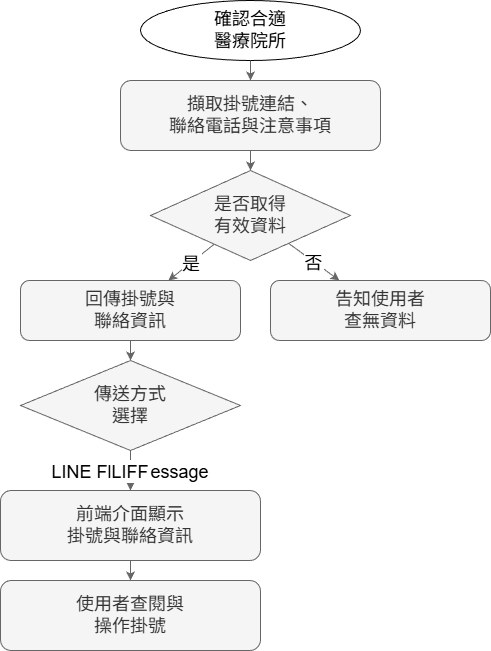
This is images/流程圖/Hospital_Register_Activity.drawio.png from Yanagi-0912/Health-Info-System-Documents, a draw.io export, as it was before one commit. Source tidied: cells renumbered, new cells last; positions are measured from the earlier drawing's top-left corner, leaving out a move shared by most shapes. The source it was exported from:
```xml
<mxGraphModel>
  <root>
    <mxCell id="0" />
    <mxCell id="1" parent="0" />
    <mxCell id="2" value="確認合適&#10;醫療院所" style="ellipse;whiteSpace=wrap;html=1;fontSize=18;" parent="1" vertex="1">
      <mxGeometry x="140" width="220" height="60" as="geometry" />
    </mxCell>
    <mxCell id="3" value="擷取掛號連結、&#10;聯絡電話與注意事項" style="rounded=1;whiteSpace=wrap;html=1;fillColor=#f5f5f5;fontSize=18;fontColor=#333333;strokeColor=#666666;" parent="1" vertex="1">
      <mxGeometry x="120" y="80" width="260" height="70" as="geometry" />
    </mxCell>
    <mxCell id="4" value="是否取得&#10;有效資料" style="rhombus;whiteSpace=wrap;html=1;fontSize=18;fillColor=#f5f5f5;fontColor=#333333;strokeColor=#666666;" parent="1" vertex="1">
      <mxGeometry x="150" y="170" width="200" height="90" as="geometry" />
    </mxCell>
    <mxCell id="5" value="回傳掛號與&#10;聯絡資訊" style="rounded=1;whiteSpace=wrap;html=1;fillColor=#f5f5f5;fontSize=18;fontColor=#333333;strokeColor=#666666;" parent="1" vertex="1">
      <mxGeometry x="20" y="280" width="220" height="60" as="geometry" />
    </mxCell>
    <mxCell id="6" value="告知使用者&#10;查無資料" style="rounded=1;whiteSpace=wrap;html=1;fillColor=#f5f5f5;fontSize=18;fontColor=#333333;strokeColor=#666666;" parent="1" vertex="1">
      <mxGeometry x="270" y="280" width="220" height="60" as="geometry" />
    </mxCell>
    <mxCell id="7" value="傳送方式&#10;選擇" style="rhombus;whiteSpace=wrap;html=1;fontSize=18;fillColor=#f5f5f5;fontColor=#333333;strokeColor=#666666;" parent="1" vertex="1">
      <mxGeometry x="20" y="360" width="220" height="90" as="geometry" />
    </mxCell>
    <mxCell id="8" value="前端介面顯示&#10;掛號與聯絡資訊" style="rounded=1;whiteSpace=wrap;html=1;fillColor=#f5f5f5;fontSize=18;fontColor=#333333;strokeColor=#666666;" parent="1" vertex="1">
      <mxGeometry y="490" width="260" height="70" as="geometry" />
    </mxCell>
    <mxCell id="9" value="使用者查閱與&#10;操作掛號" style="rounded=1;whiteSpace=wrap;html=1;fillColor=#f5f5f5;fontSize=18;fontColor=#333333;strokeColor=#666666;" parent="1" vertex="1">
      <mxGeometry y="580" width="260" height="70" as="geometry" />
    </mxCell>
    <mxCell id="10" style="fontSize=18;fillColor=#f5f5f5;strokeColor=#666666;" parent="1" edge="1" source="2" target="3">
      <mxGeometry relative="1" as="geometry" />
    </mxCell>
    <mxCell id="11" style="fontSize=18;fillColor=#f5f5f5;strokeColor=#666666;" parent="1" edge="1" source="3" target="4">
      <mxGeometry relative="1" as="geometry" />
    </mxCell>
    <mxCell id="12" value="是" style="fontSize=18;fillColor=#f5f5f5;strokeColor=#666666;" parent="1" edge="1" source="4" target="5">
      <mxGeometry relative="1" as="geometry" />
    </mxCell>
    <mxCell id="13" value="否" style="fontSize=18;fillColor=#f5f5f5;strokeColor=#666666;" parent="1" edge="1" source="4" target="6">
      <mxGeometry relative="1" as="geometry" />
    </mxCell>
    <mxCell id="14" style="fontSize=18;fillColor=#f5f5f5;strokeColor=#666666;" parent="1" edge="1" source="5" target="7">
      <mxGeometry relative="1" as="geometry" />
    </mxCell>
    <mxCell id="15" value="LINE Flex Message" style="fontSize=18;fillColor=#f5f5f5;strokeColor=#666666;" parent="1" edge="1" source="7" target="8">
      <mxGeometry relative="1" as="geometry" />
    </mxCell>
    <mxCell id="16" value="LIFF" style="fontSize=18;fillColor=#f5f5f5;strokeColor=#666666;" parent="1" edge="1" source="7" target="8">
      <mxGeometry relative="1" as="geometry" />
    </mxCell>
    <mxCell id="17" style="fontSize=18;fillColor=#f5f5f5;strokeColor=#666666;" parent="1" edge="1" source="8" target="9">
      <mxGeometry relative="1" as="geometry" />
    </mxCell>
  </root>
</mxGraphModel>
```
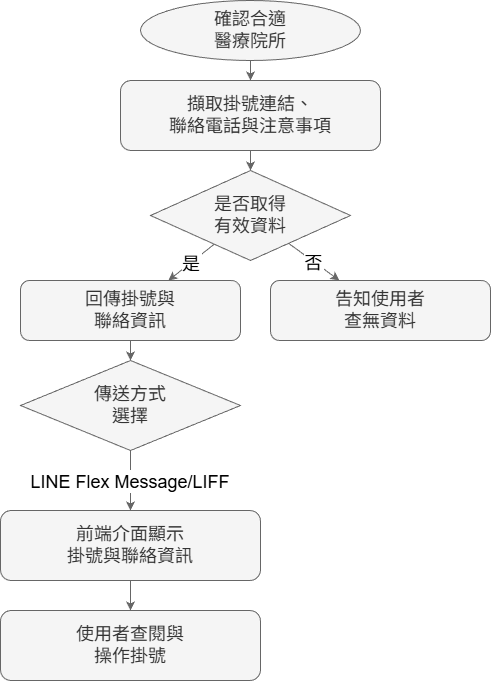
After the change.

Commit message:
修正流程圖錯誤

Diff of the diagram source:
```diff
@@ -2,7 +2,7 @@
   <root>
     <mxCell id="0" />
     <mxCell id="1" parent="0" />
-    <mxCell id="2" value="確認合適&#10;醫療院所" style="ellipse;whiteSpace=wrap;html=1;fontSize=18;" parent="1" vertex="1">
+    <mxCell id="2" value="確認合適&#10;醫療院所" style="ellipse;whiteSpace=wrap;html=1;fontSize=18;fillColor=#f5f5f5;fontColor=#333333;strokeColor=#666666;" parent="1" vertex="1">
       <mxGeometry x="140" width="220" height="60" as="geometry" />
     </mxCell>
     <mxCell id="3" value="擷取掛號連結、&#10;聯絡電話與注意事項" style="rounded=1;whiteSpace=wrap;html=1;fillColor=#f5f5f5;fontSize=18;fontColor=#333333;strokeColor=#666666;" parent="1" vertex="1">
@@ -21,10 +21,10 @@
       <mxGeometry x="20" y="360" width="220" height="90" as="geometry" />
     </mxCell>
     <mxCell id="8" value="前端介面顯示&#10;掛號與聯絡資訊" style="rounded=1;whiteSpace=wrap;html=1;fillColor=#f5f5f5;fontSize=18;fontColor=#333333;strokeColor=#666666;" parent="1" vertex="1">
-      <mxGeometry y="490" width="260" height="70" as="geometry" />
+      <mxGeometry y="510" width="260" height="70" as="geometry" />
     </mxCell>
     <mxCell id="9" value="使用者查閱與&#10;操作掛號" style="rounded=1;whiteSpace=wrap;html=1;fillColor=#f5f5f5;fontSize=18;fontColor=#333333;strokeColor=#666666;" parent="1" vertex="1">
-      <mxGeometry y="580" width="260" height="70" as="geometry" />
+      <mxGeometry y="610" width="260" height="70" as="geometry" />
     </mxCell>
     <mxCell id="10" style="fontSize=18;fillColor=#f5f5f5;strokeColor=#666666;" parent="1" edge="1" source="2" target="3">
       <mxGeometry relative="1" as="geometry" />
@@ -41,10 +41,10 @@
     <mxCell id="14" style="fontSize=18;fillColor=#f5f5f5;strokeColor=#666666;" parent="1" edge="1" source="5" target="7">
       <mxGeometry relative="1" as="geometry" />
     </mxCell>
-    <mxCell id="15" value="LINE Flex Message" style="fontSize=18;fillColor=#f5f5f5;strokeColor=#666666;" parent="1" edge="1" source="7" target="8">
+    <mxCell id="15" style="fontSize=18;fillColor=#f5f5f5;strokeColor=#666666;" parent="1" edge="1" source="7" target="8">
       <mxGeometry relative="1" as="geometry" />
     </mxCell>
-    <mxCell id="16" value="LIFF" style="fontSize=18;fillColor=#f5f5f5;strokeColor=#666666;" parent="1" edge="1" source="7" target="8">
+    <mxCell id="16" value="LINE Flex Message/LIFF" style="fontSize=18;fillColor=#f5f5f5;strokeColor=#666666;" parent="1" edge="1" source="7" target="8">
       <mxGeometry relative="1" as="geometry" />
     </mxCell>
     <mxCell id="17" style="fontSize=18;fillColor=#f5f5f5;strokeColor=#666666;" parent="1" edge="1" source="8" target="9">
```
